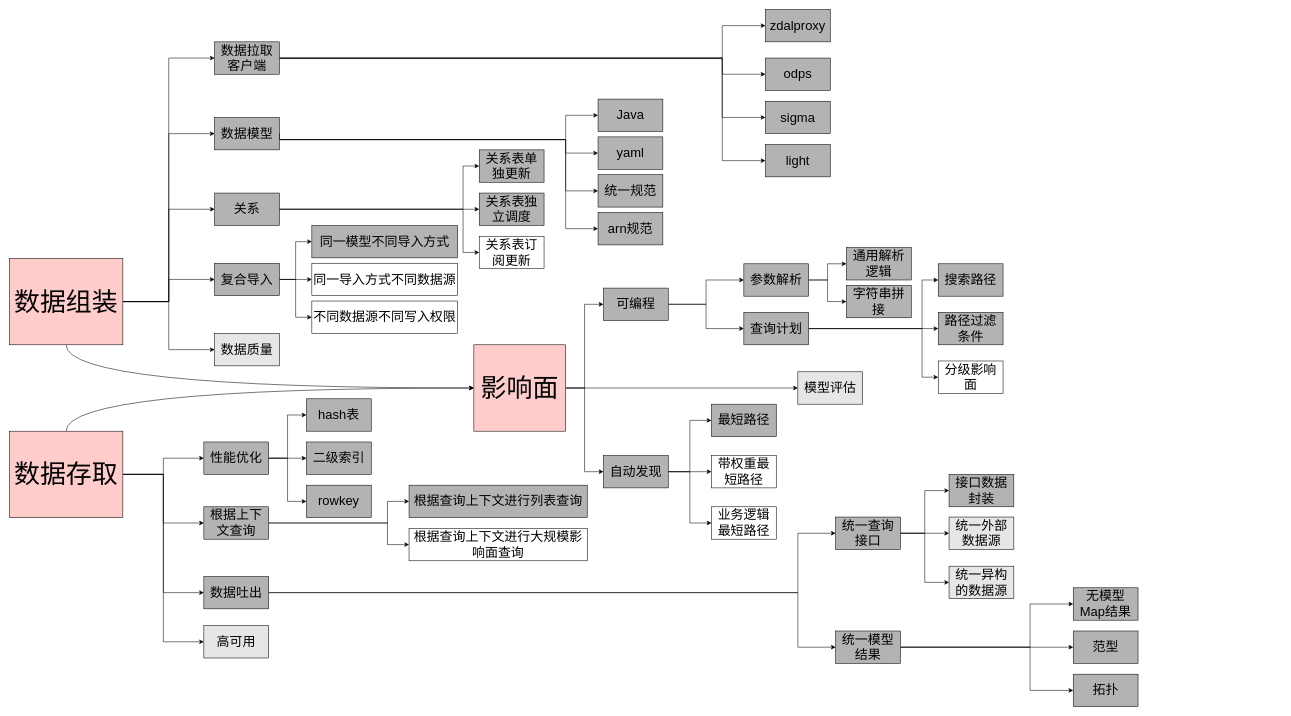
The draw.io diagram 影响面科技树.drawio in frankneu/draw.io, before the edit. Source tidied: cells renumbered, new cells numbered last; positions are measured from the earlier drawing's top-left corner, leaving out a move shared by most shapes. Both pictures are drawn from the tidied source at 54%, with x=0, y=0 at pixel (9, 9).
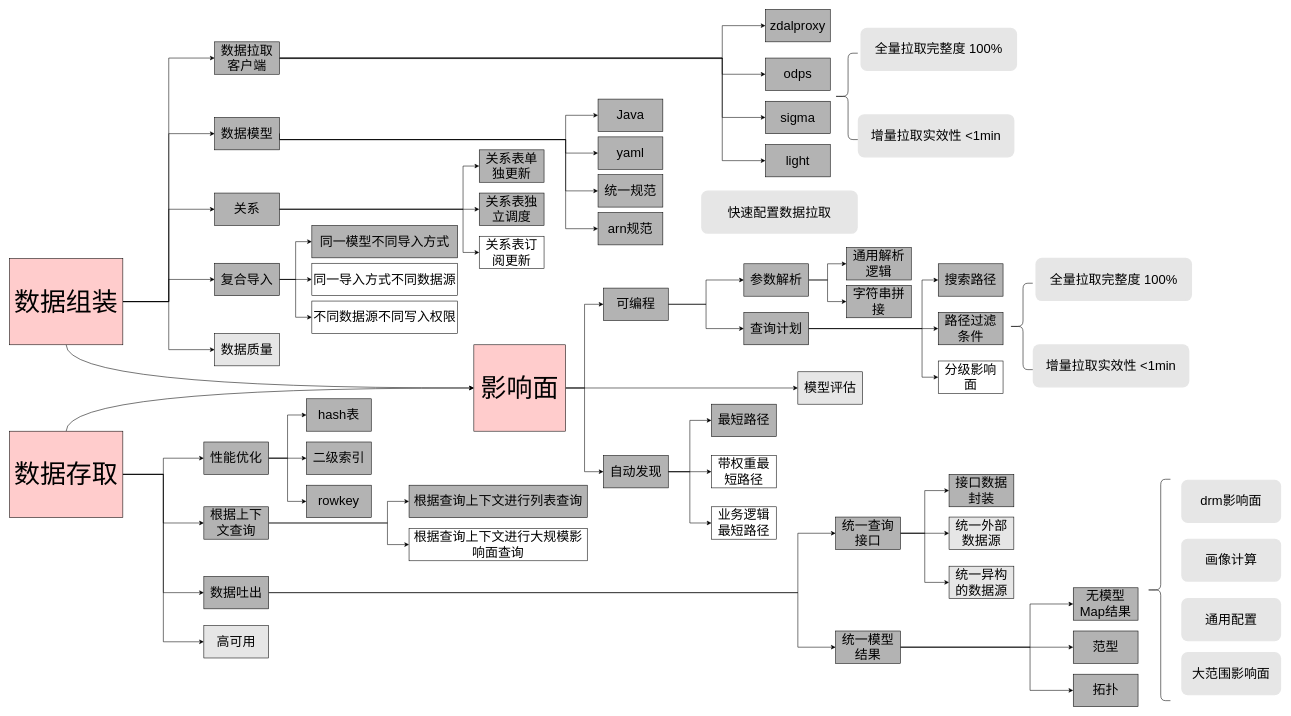
After the change.

Commit message:
Update 影响面科技树.drawio

The edit, as a diff of the source:
```diff
@@
+    <mxCell id="105" value="&lt;font style=&quot;font-size: 24px&quot;&gt;全量拉取完整度 100%&lt;/font&gt;" style="shape=ext;double=1;rounded=1;whiteSpace=wrap;html=1;fillColor=#E6E6E6;strokeColor=none;" parent="1" vertex="1">
+      <mxGeometry x="1576" y="34" width="290" height="80" as="geometry" />
+    </mxCell>
+    <mxCell id="106" value="&lt;font style=&quot;font-size: 24px&quot;&gt;增量拉取实效性 &amp;lt;1min&lt;/font&gt;" style="shape=ext;double=1;rounded=1;whiteSpace=wrap;html=1;fillColor=#E6E6E6;strokeColor=none;" parent="1" vertex="1">
+      <mxGeometry x="1571" y="194" width="290" height="80" as="geometry" />
+    </mxCell>
+    <mxCell id="107" style="shape=curlyBracket;whiteSpace=wrap;html=1;rounded=1;fillColor=#E6E6E6;size=0.6;" parent="1" vertex="1">
+      <mxGeometry x="1526" y="81" width="45" height="160" as="geometry" />
+    </mxCell>
+    <mxCell id="108" value="&lt;font style=&quot;font-size: 24px&quot;&gt;全量拉取完整度 100%&lt;/font&gt;" style="shape=ext;double=1;rounded=1;whiteSpace=wrap;html=1;fillColor=#E6E6E6;strokeColor=none;" parent="1" vertex="1">
+      <mxGeometry x="1900" y="460" width="290" height="80" as="geometry" />
+    </mxCell>
+    <mxCell id="109" value="&lt;font style=&quot;font-size: 24px&quot;&gt;增量拉取实效性 &amp;lt;1min&lt;/font&gt;" style="shape=ext;double=1;rounded=1;whiteSpace=wrap;html=1;fillColor=#E6E6E6;strokeColor=none;" parent="1" vertex="1">
+      <mxGeometry x="1895" y="620" width="290" height="80" as="geometry" />
+    </mxCell>
+    <mxCell id="110" style="shape=curlyBracket;whiteSpace=wrap;html=1;rounded=1;fillColor=#E6E6E6;size=0.6;" parent="1" vertex="1">
+      <mxGeometry x="1850" y="507" width="45" height="160" as="geometry" />
+    </mxCell>
+    <mxCell id="111" value="&lt;span style=&quot;font-size: 24px&quot;&gt;快速配置数据拉取&lt;/span&gt;" style="shape=ext;double=1;rounded=1;whiteSpace=wrap;html=1;fillColor=#E6E6E6;strokeColor=none;" parent="1" vertex="1">
+      <mxGeometry x="1281" y="335.5" width="290" height="80" as="geometry" />
+    </mxCell>
+    <mxCell id="112" value="&lt;span style=&quot;font-size: 24px&quot;&gt;通用配置&lt;/span&gt;" style="shape=ext;double=1;rounded=1;whiteSpace=wrap;html=1;fillColor=#E6E6E6;strokeColor=none;" parent="1" vertex="1">
+      <mxGeometry x="2170" y="1090" width="185" height="80" as="geometry" />
+    </mxCell>
+    <mxCell id="113" style="shape=curlyBracket;whiteSpace=wrap;html=1;rounded=1;fillColor=#E6E6E6;size=0.6;" parent="1" vertex="1">
+      <mxGeometry x="2105" y="870" width="45" height="410" as="geometry" />
+    </mxCell>
+    <mxCell id="114" value="&lt;span style=&quot;font-size: 24px&quot;&gt;大范围影响面&lt;/span&gt;" style="shape=ext;double=1;rounded=1;whiteSpace=wrap;html=1;fillColor=#E6E6E6;strokeColor=none;" parent="1" vertex="1">
+      <mxGeometry x="2170" y="1190" width="185" height="80" as="geometry" />
+    </mxCell>
+    <mxCell id="115" value="&lt;span style=&quot;font-size: 24px&quot;&gt;画像计算&lt;/span&gt;" style="shape=ext;double=1;rounded=1;whiteSpace=wrap;html=1;fillColor=#E6E6E6;strokeColor=none;" parent="1" vertex="1">
+      <mxGeometry x="2170" y="980" width="185" height="80" as="geometry" />
+    </mxCell>
+    <mxCell id="116" value="&lt;span style=&quot;font-size: 24px&quot;&gt;drm影响面&lt;/span&gt;" style="shape=ext;double=1;rounded=1;whiteSpace=wrap;html=1;fillColor=#E6E6E6;strokeColor=none;" parent="1" vertex="1">
+      <mxGeometry x="2170" y="871" width="185" height="80" as="geometry" />
+    </mxCell>
```
